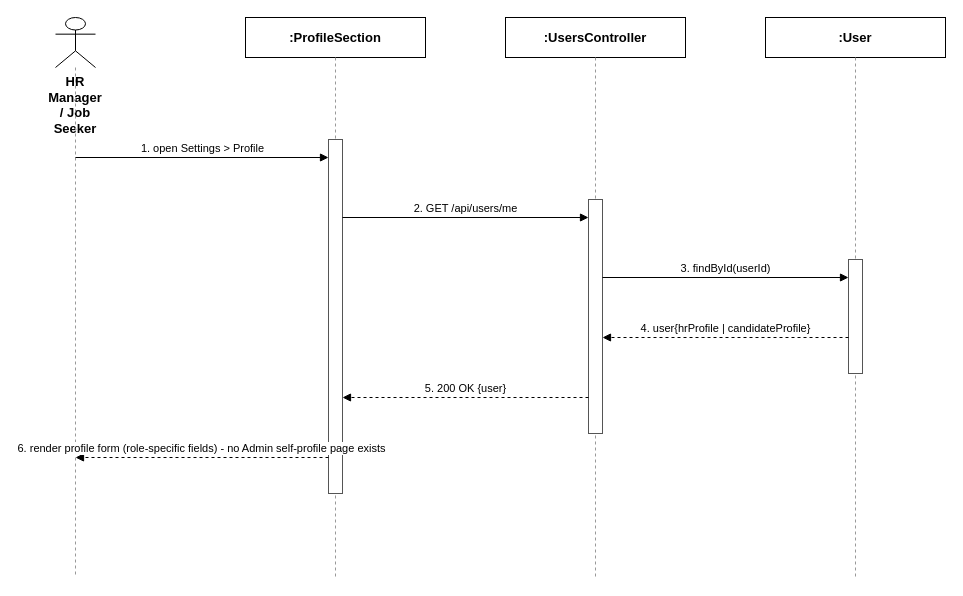
Earlier version of the draw.io diagram docs/qa/Hien_SequenceDiagram/3.2.1_View_Profile.drawio (tulklk/AI_Interview_Question_Generation_RAG_LLM_FE). Source tidied: cells renumbered, new cells numbered last; positions are measured from the earlier drawing's top-left corner, leaving out a move shared by most shapes. Both pictures are drawn from the tidied source at 100%, with x=0, y=0 at pixel (55, 17).
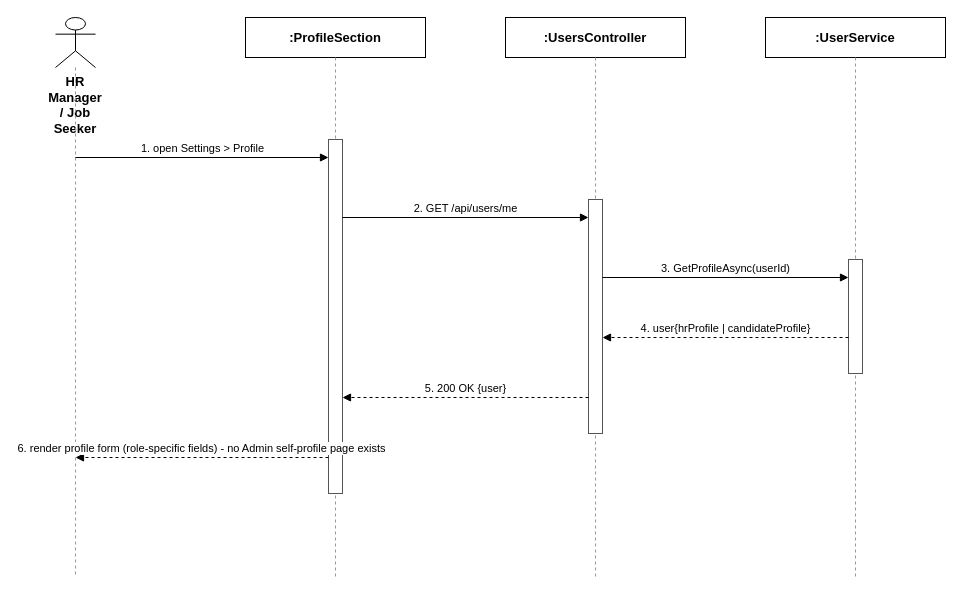
The same diagram, later.

Commit message (it also covers changes not shown here):
docs(qa): correct Profile, Admin User, and Company Management diagrams against real BE

Change to the diagram source:
```diff
@@
-    <mxCell id="8" value=":User" style="rounded=0;whiteSpace=wrap;html=1;fontSize=13;fillColor=#ffffff;strokeColor=#000000;fontStyle=1;" parent="1" vertex="1">
+    <mxCell id="8" value=":UserService" style="rounded=0;whiteSpace=wrap;html=1;fontSize=13;fillColor=#ffffff;strokeColor=#000000;fontStyle=1;" parent="1" vertex="1">
       <mxGeometry x="710" width="180" height="40" as="geometry" />
     </mxCell>
@@
-    <mxCell id="15" value="3. findById(userId)" style="endArrow=block;endFill=1;html=1;fontSize=11;align=center;verticalAlign=bottom;labelBackgroundColor=#ffffff;strokeColor=#000000;" parent="1" edge="1">
+    <mxCell id="15" value="3. GetProfileAsync(userId)" style="endArrow=block;endFill=1;html=1;fontSize=11;align=center;verticalAlign=bottom;labelBackgroundColor=#ffffff;strokeColor=#000000;" parent="1" edge="1">
       <mxGeometry relative="1" as="geometry">
         <mxPoint x="547" y="260" as="sourcePoint" />
         <mxPoint x="793" y="260" as="targetPoint" />
       </mxGeometry>
     </mxCell>
```
